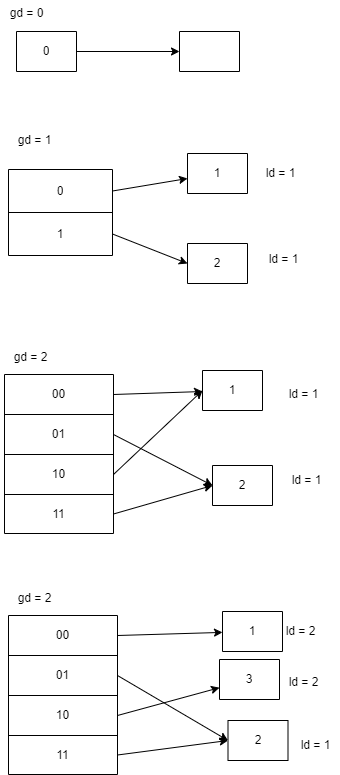
The draw.io diagram CMU15445/extendible_hashtable.png in SixPlusAndTimes/drawio, before a commit. Source tidied: cells renumbered, new cells last; positions are measured from the earlier drawing's top-left corner, leaving out a move shared by most shapes.
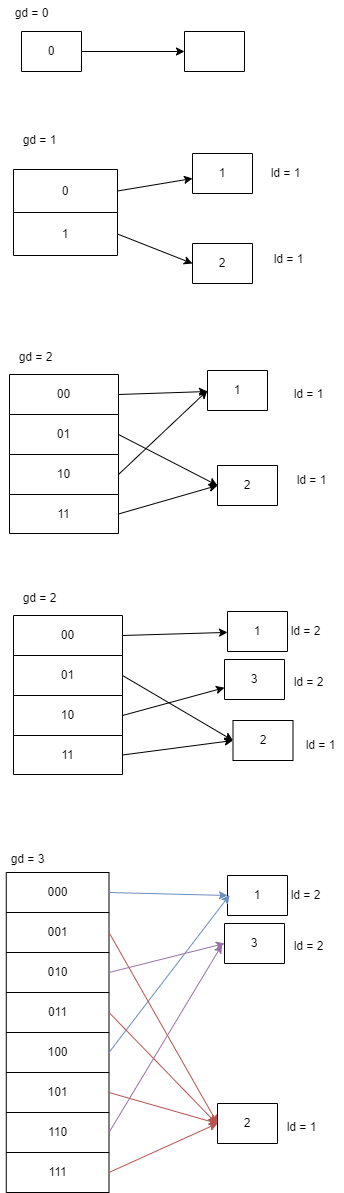
Later version of the same file.

The edit, as a diff of the source:
```diff
@@ -218,5 +218,127 @@
     <mxCell id="73" value="ld = 1" style="text;html=1;align=center;verticalAlign=middle;strokeColor=none;fillColor=none;" parent="1" vertex="1">
       <mxGeometry x="290.5" y="732" width="48" height="26" as="geometry" />
     </mxCell>
+    <mxCell id="74" style="shape=table;startSize=0;" parent="1" vertex="1">
+      <mxGeometry x="0.8" y="872" width="102.8" height="320" as="geometry" />
+    </mxCell>
+    <mxCell id="75" style="shape=tableRow;horizontal=0;startSize=0;swimlaneHead=0;swimlaneBody=0;top=0;left=0;bottom=0;right=0;fillColor=none;points=[[0,0.5],[1,0.5]];portConstraint=eastwest;" parent="74" vertex="1">
+      <mxGeometry width="102.8" height="40" as="geometry" />
+    </mxCell>
+    <mxCell id="76" value="000" style="shape=partialRectangle;html=1;whiteSpace=wrap;overflow=hidden;fillColor=none;top=0;left=0;bottom=0;right=0;" parent="75" vertex="1">
+      <mxGeometry width="103" height="40" as="geometry" />
+    </mxCell>
+    <mxCell id="77" style="shape=tableRow;horizontal=0;startSize=0;swimlaneHead=0;swimlaneBody=0;top=0;left=0;bottom=0;right=0;fillColor=none;points=[[0,0.5],[1,0.5]];portConstraint=eastwest;" parent="74" vertex="1">
+      <mxGeometry y="40" width="102.8" height="40" as="geometry" />
+    </mxCell>
+    <mxCell id="78" value="001" style="shape=partialRectangle;html=1;whiteSpace=wrap;overflow=hidden;fillColor=none;top=0;left=0;bottom=0;right=0;" parent="77" vertex="1">
+      <mxGeometry width="103" height="40" as="geometry" />
+    </mxCell>
+    <mxCell id="79" style="shape=tableRow;horizontal=0;startSize=0;swimlaneHead=0;swimlaneBody=0;top=0;left=0;bottom=0;right=0;fillColor=none;points=[[0,0.5],[1,0.5]];portConstraint=eastwest;" parent="74" vertex="1">
+      <mxGeometry y="80" width="102.8" height="40" as="geometry" />
+    </mxCell>
+    <mxCell id="80" value="010" style="shape=partialRectangle;html=1;whiteSpace=wrap;overflow=hidden;fillColor=none;top=0;left=0;bottom=0;right=0;" parent="79" vertex="1">
+      <mxGeometry width="103" height="40" as="geometry" />
+    </mxCell>
+    <mxCell id="81" style="shape=tableRow;horizontal=0;startSize=0;swimlaneHead=0;swimlaneBody=0;top=0;left=0;bottom=0;right=0;fillColor=none;points=[[0,0.5],[1,0.5]];portConstraint=eastwest;" parent="74" vertex="1">
+      <mxGeometry y="120" width="102.8" height="40" as="geometry" />
+    </mxCell>
+    <mxCell id="82" value="011" style="shape=partialRectangle;html=1;whiteSpace=wrap;overflow=hidden;fillColor=none;top=0;left=0;bottom=0;right=0;" parent="81" vertex="1">
+      <mxGeometry width="103" height="40" as="geometry" />
+    </mxCell>
+    <mxCell id="83" style="shape=tableRow;horizontal=0;startSize=0;swimlaneHead=0;swimlaneBody=0;top=0;left=0;bottom=0;right=0;fillColor=none;points=[[0,0.5],[1,0.5]];portConstraint=eastwest;" parent="74" vertex="1">
+      <mxGeometry y="160" width="102.8" height="40" as="geometry" />
+    </mxCell>
+    <mxCell id="84" value="100" style="shape=partialRectangle;html=1;whiteSpace=wrap;overflow=hidden;fillColor=none;top=0;left=0;bottom=0;right=0;" parent="83" vertex="1">
+      <mxGeometry width="103" height="40" as="geometry" />
+    </mxCell>
+    <mxCell id="85" style="shape=tableRow;horizontal=0;startSize=0;swimlaneHead=0;swimlaneBody=0;top=0;left=0;bottom=0;right=0;fillColor=none;points=[[0,0.5],[1,0.5]];portConstraint=eastwest;" parent="74" vertex="1">
+      <mxGeometry y="200" width="102.8" height="40" as="geometry" />
+    </mxCell>
+    <mxCell id="86" value="101" style="shape=partialRectangle;html=1;whiteSpace=wrap;overflow=hidden;fillColor=none;top=0;left=0;bottom=0;right=0;" parent="85" vertex="1">
+      <mxGeometry width="103" height="40" as="geometry" />
+    </mxCell>
+    <mxCell id="87" style="shape=tableRow;horizontal=0;startSize=0;swimlaneHead=0;swimlaneBody=0;top=0;left=0;bottom=0;right=0;fillColor=none;points=[[0,0.5],[1,0.5]];portConstraint=eastwest;" parent="74" vertex="1">
+      <mxGeometry y="240" width="102.8" height="40" as="geometry" />
+    </mxCell>
+    <mxCell id="88" value="110" style="shape=partialRectangle;html=1;whiteSpace=wrap;overflow=hidden;fillColor=none;top=0;left=0;bottom=0;right=0;" parent="87" vertex="1">
+      <mxGeometry width="103" height="40" as="geometry" />
+    </mxCell>
+    <mxCell id="89" style="shape=tableRow;horizontal=0;startSize=0;swimlaneHead=0;swimlaneBody=0;top=0;left=0;bottom=0;right=0;fillColor=none;points=[[0,0.5],[1,0.5]];portConstraint=eastwest;" parent="74" vertex="1">
+      <mxGeometry y="280" width="102.8" height="40" as="geometry" />
+    </mxCell>
+    <mxCell id="90" value="111" style="shape=partialRectangle;html=1;whiteSpace=wrap;overflow=hidden;fillColor=none;top=0;left=0;bottom=0;right=0;" parent="89" vertex="1">
+      <mxGeometry width="103" height="40" as="geometry" />
+    </mxCell>
+    <mxCell id="91" style="shape=table;startSize=0;" parent="1" vertex="1">
+      <mxGeometry x="222" y="875" width="60" height="40" as="geometry" />
+    </mxCell>
+    <mxCell id="92" style="shape=tableRow;horizontal=0;startSize=0;swimlaneHead=0;swimlaneBody=0;top=0;left=0;bottom=0;right=0;fillColor=none;points=[[0,0.5],[1,0.5]];portConstraint=eastwest;" parent="91" vertex="1">
+      <mxGeometry width="60" height="40" as="geometry" />
+    </mxCell>
+    <mxCell id="93" value="1" style="shape=partialRectangle;html=1;whiteSpace=wrap;overflow=hidden;fillColor=none;top=0;left=0;bottom=0;right=0;" parent="92" vertex="1">
+      <mxGeometry width="60" height="40" as="geometry" />
+    </mxCell>
+    <mxCell id="94" style="shape=table;startSize=0;" parent="1" vertex="1">
+      <mxGeometry x="212" y="1103" width="60" height="40" as="geometry" />
+    </mxCell>
+    <mxCell id="95" style="shape=tableRow;horizontal=0;startSize=0;swimlaneHead=0;swimlaneBody=0;top=0;left=0;bottom=0;right=0;fillColor=none;points=[[0,0.5],[1,0.5]];portConstraint=eastwest;" parent="94" vertex="1">
+      <mxGeometry width="60" height="40" as="geometry" />
+    </mxCell>
+    <mxCell id="96" value="2" style="shape=partialRectangle;html=1;whiteSpace=wrap;overflow=hidden;fillColor=none;top=0;left=0;bottom=0;right=0;" parent="95" vertex="1">
+      <mxGeometry width="60" height="40" as="geometry" />
+    </mxCell>
+    <mxCell id="97" style="shape=table;startSize=0;" parent="1" vertex="1">
+      <mxGeometry x="219" y="923" width="60" height="40" as="geometry" />
+    </mxCell>
+    <mxCell id="98" style="shape=tableRow;horizontal=0;startSize=0;swimlaneHead=0;swimlaneBody=0;top=0;left=0;bottom=0;right=0;fillColor=none;points=[[0,0.5],[1,0.5]];portConstraint=eastwest;" parent="97" vertex="1">
+      <mxGeometry width="60" height="40" as="geometry" />
+    </mxCell>
+    <mxCell id="99" value="3" style="shape=partialRectangle;html=1;whiteSpace=wrap;overflow=hidden;fillColor=none;top=0;left=0;bottom=0;right=0;" parent="98" vertex="1">
+      <mxGeometry width="60" height="40" as="geometry" />
+    </mxCell>
+    <mxCell id="100" value="ld = 2" style="text;html=1;align=center;verticalAlign=middle;strokeColor=none;fillColor=none;" parent="1" vertex="1">
+      <mxGeometry x="276" y="882" width="48" height="26" as="geometry" />
+    </mxCell>
+    <mxCell id="101" value="ld = 2" style="text;html=1;align=center;verticalAlign=middle;strokeColor=none;fillColor=none;" parent="1" vertex="1">
+      <mxGeometry x="279" y="933" width="48" height="26" as="geometry" />
+    </mxCell>
+    <mxCell id="102" value="ld = 1" style="text;html=1;align=center;verticalAlign=middle;strokeColor=none;fillColor=none;" parent="1" vertex="1">
+      <mxGeometry x="272" y="1114" width="48" height="26" as="geometry" />
+    </mxCell>
+    <mxCell id="103" style="edgeStyle=none;rounded=0;jettySize=auto;html=1;exitX=1;exitY=0.5;exitDx=0;exitDy=0;entryX=0;entryY=0.5;entryDx=0;entryDy=0;fillColor=#dae8fc;strokeColor=#6c8ebf;" parent="1" edge="1" source="75" target="92">
+      <mxGeometry relative="1" as="geometry" />
+    </mxCell>
+    <mxCell id="104" style="edgeStyle=none;rounded=0;jettySize=auto;html=1;exitX=1;exitY=0.5;exitDx=0;exitDy=0;fillColor=#dae8fc;strokeColor=#6c8ebf;" parent="1" edge="1" source="83">
+      <mxGeometry relative="1" as="geometry">
+        <mxPoint x="224.1" y="894.6" as="targetPoint" />
+      </mxGeometry>
+    </mxCell>
+    <mxCell id="105" style="edgeStyle=none;rounded=0;jettySize=auto;html=1;exitX=1;exitY=0.5;exitDx=0;exitDy=0;entryX=0;entryY=0.5;entryDx=0;entryDy=0;fillColor=#f8cecc;strokeColor=#b85450;" parent="1" edge="1" source="77" target="95">
+      <mxGeometry relative="1" as="geometry" />
+    </mxCell>
+    <mxCell id="106" value="gd = 3" style="text;html=1;align=center;verticalAlign=middle;strokeColor=none;fillColor=none;" parent="1" vertex="1">
+      <mxGeometry x="-4.5" y="846" width="52" height="26" as="geometry" />
+    </mxCell>
+    <mxCell id="107" style="edgeStyle=none;rounded=0;jettySize=auto;html=1;exitX=1;exitY=0.5;exitDx=0;exitDy=0;entryX=0;entryY=0.5;entryDx=0;entryDy=0;fillColor=#f8cecc;strokeColor=#b85450;" parent="1" edge="1" source="85" target="95">
+      <mxGeometry relative="1" as="geometry" />
+    </mxCell>
+    <mxCell id="108" style="edgeStyle=none;rounded=0;jettySize=auto;html=1;exitX=1;exitY=0.5;exitDx=0;exitDy=0;fillColor=#f8cecc;strokeColor=#b85450;" parent="1" edge="1" source="89">
+      <mxGeometry relative="1" as="geometry">
+        <mxPoint x="212.1" y="1122.8" as="targetPoint" />
+      </mxGeometry>
+    </mxCell>
+    <mxCell id="109" style="edgeStyle=none;rounded=0;jettySize=auto;html=1;exitX=1;exitY=0.5;exitDx=0;exitDy=0;fillColor=#f8cecc;strokeColor=#b85450;" parent="1" edge="1" source="81">
+      <mxGeometry relative="1" as="geometry">
+        <mxPoint x="210.8" y="1122.8" as="targetPoint" />
+      </mxGeometry>
+    </mxCell>
+    <mxCell id="110" style="edgeStyle=none;rounded=0;jettySize=auto;html=1;exitX=1;exitY=0.5;exitDx=0;exitDy=0;entryX=0;entryY=0.5;entryDx=0;entryDy=0;fillColor=#e1d5e7;strokeColor=#9673a6;" parent="1" edge="1" source="79" target="98">
+      <mxGeometry relative="1" as="geometry" />
+    </mxCell>
+    <mxCell id="111" style="edgeStyle=none;rounded=0;jettySize=auto;html=1;exitX=1;exitY=0.5;exitDx=0;exitDy=0;fillColor=#e1d5e7;strokeColor=#9673a6;" parent="1" edge="1" source="87">
+      <mxGeometry relative="1" as="geometry">
+        <mxPoint x="216.6" y="944.3" as="targetPoint" />
+      </mxGeometry>
+    </mxCell>
   </root>
 </mxGraphModel>
```
